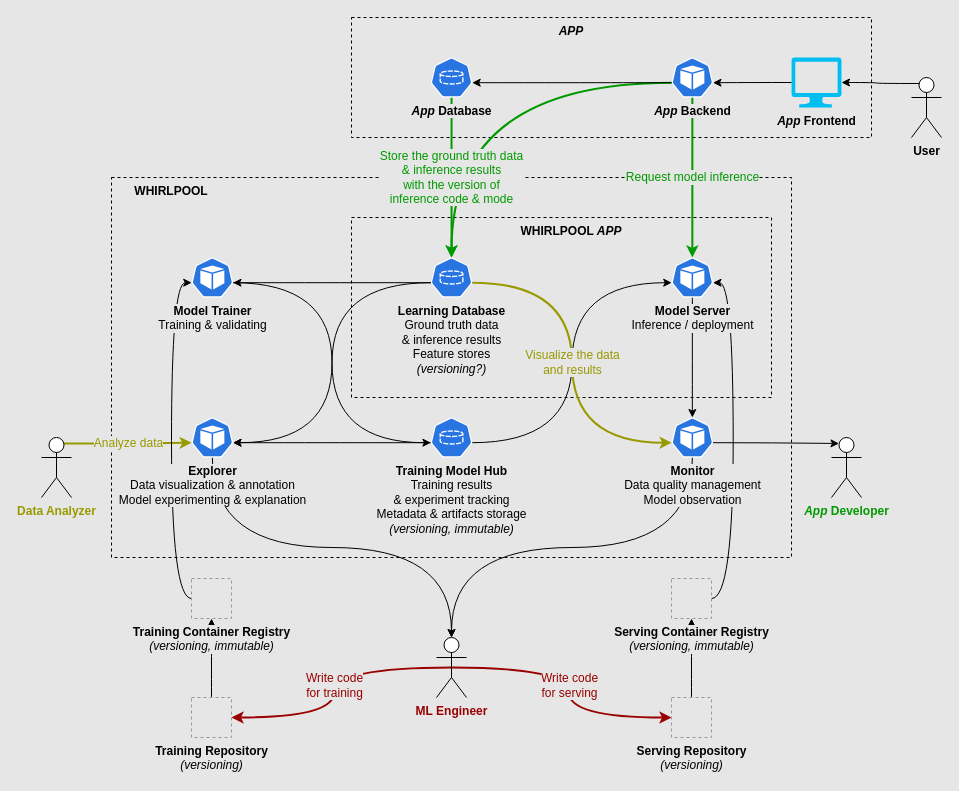
metalwhale/wave keeps this draw.io diagram as manifests/whirlpool/docs/system-design.drawio. Above is the earlier version. Source tidied: cells renumbered, new cells numbered last; positions are measured from the earlier drawing's top-left corner, leaving out a move shared by most shapes. Both pictures are drawn from the tidied source at 100%, with x=0, y=0 at pixel (41, 17). Pictures stored in the file or linked from it are replaced by grey dashed boxes.
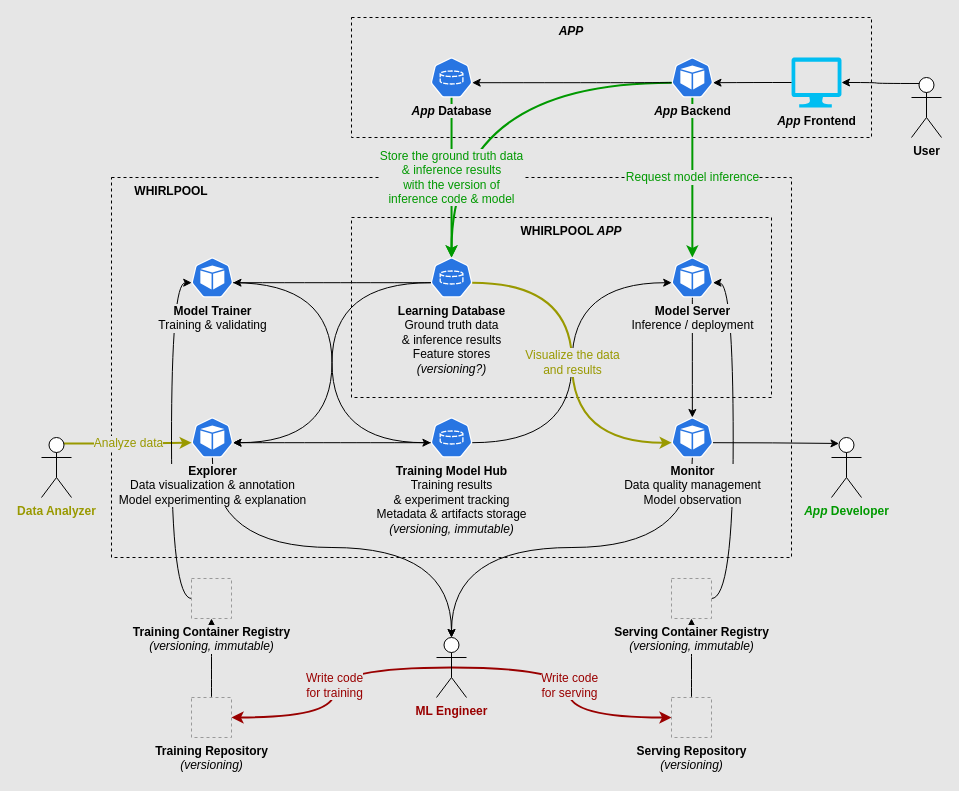
The same page after the edit.

The change refers to these unchanged cells:
```xml
<mxCell id="24" value="&lt;b&gt;&lt;i&gt;App&lt;/i&gt; Database&lt;/b&gt;" style="sketch=0;html=1;dashed=0;whitespace=wrap;fillColor=#2875E2;strokeColor=#ffffff;points=[[0.005,0.63,0],[0.1,0.2,0],[0.9,0.2,0],[0.5,0,0],[0.995,0.63,0],[0.72,0.99,0],[0.5,1,0],[0.28,0.99,0]];shape=mxgraph.kubernetes.icon2;prIcon=pvc;labelPosition=center;verticalLabelPosition=bottom;align=center;verticalAlign=top;labelBackgroundColor=#E6E6E6;" parent="1" vertex="1">
  <mxGeometry x="389.2" y="40" width="41.7" height="40" as="geometry" />
</mxCell>
<mxCell id="25" value="&lt;b&gt;Learning Database&lt;/b&gt;&lt;br&gt;Ground truth data&lt;br&gt;&amp;amp; inference results&lt;br&gt;Feature stores&lt;br&gt;&lt;i&gt;(versioning?)&lt;/i&gt;" style="sketch=0;html=1;dashed=0;whitespace=wrap;fillColor=#2875E2;strokeColor=#ffffff;points=[[0.005,0.63,0],[0.1,0.2,0],[0.9,0.2,0],[0.5,0,0],[0.995,0.63,0],[0.72,0.99,0],[0.5,1,0],[0.28,0.99,0]];shape=mxgraph.kubernetes.icon2;prIcon=pvc;labelPosition=center;verticalLabelPosition=bottom;align=center;verticalAlign=top;labelBackgroundColor=#E6E6E6;" parent="1" vertex="1">
  <mxGeometry x="389.2" y="240" width="41.7" height="40" as="geometry" />
</mxCell>
```

Change to the diagram source:
```diff
@@
-    <mxCell id="23" value="&lt;font style=&quot;font-size: 12px;&quot;&gt;Store the ground truth data&lt;br&gt;&amp;amp; inference results&lt;br&gt;with the version of&lt;br&gt;inference code &amp;amp; mode&lt;/font&gt;" style="edgeStyle=orthogonalEdgeStyle;rounded=0;jettySize=auto;html=1;exitX=0.5;exitY=1;exitDx=0;exitDy=0;exitPerimeter=0;entryX=0.5;entryY=0;entryDx=0;entryDy=0;entryPerimeter=0;labelBackgroundColor=#E6E6E6;curved=1;fontColor=#009900;strokeWidth=2;strokeColor=#009900;" parent="1" edge="1" source="24" target="25">
+    <mxCell id="23" value="&lt;font style=&quot;font-size: 12px;&quot;&gt;Store the ground truth data&lt;br&gt;&amp;amp; inference results&lt;br&gt;with the version of&lt;br&gt;inference code &amp;amp; model&lt;/font&gt;" style="edgeStyle=orthogonalEdgeStyle;rounded=0;jettySize=auto;html=1;exitX=0.5;exitY=1;exitDx=0;exitDy=0;exitPerimeter=0;entryX=0.5;entryY=0;entryDx=0;entryDy=0;entryPerimeter=0;labelBackgroundColor=#E6E6E6;curved=1;fontColor=#009900;strokeWidth=2;strokeColor=#009900;" parent="1" edge="1" source="24" target="25">
       <mxGeometry relative="1" as="geometry" />
     </mxCell>
```
